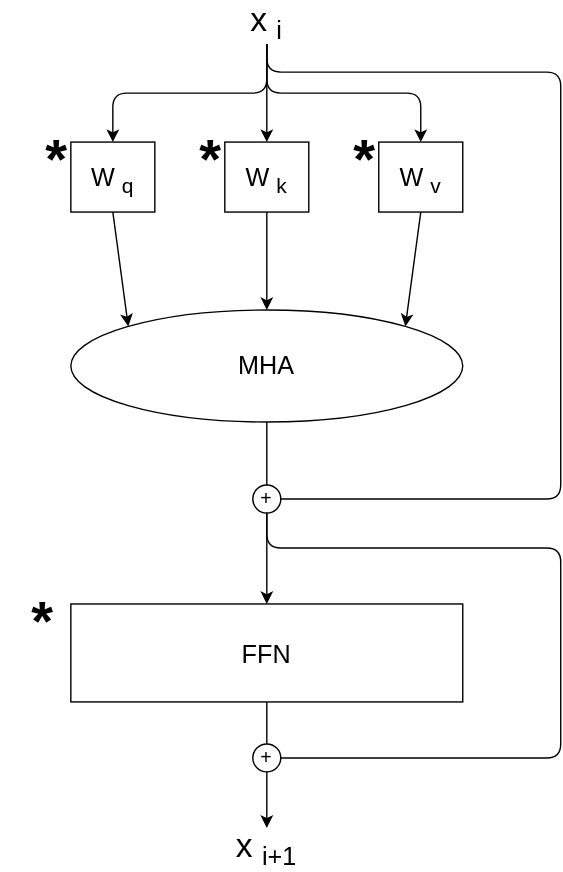
Before: source/images/diagrom-transformer-layer.drawio.svg, a diagram exported from draw.io (k-l-lambda/k-l-lambda.github.io). Source tidied: cells renumbered, new cells last; positions are measured from the earlier drawing's top-left corner, leaving out a move shared by most shapes.
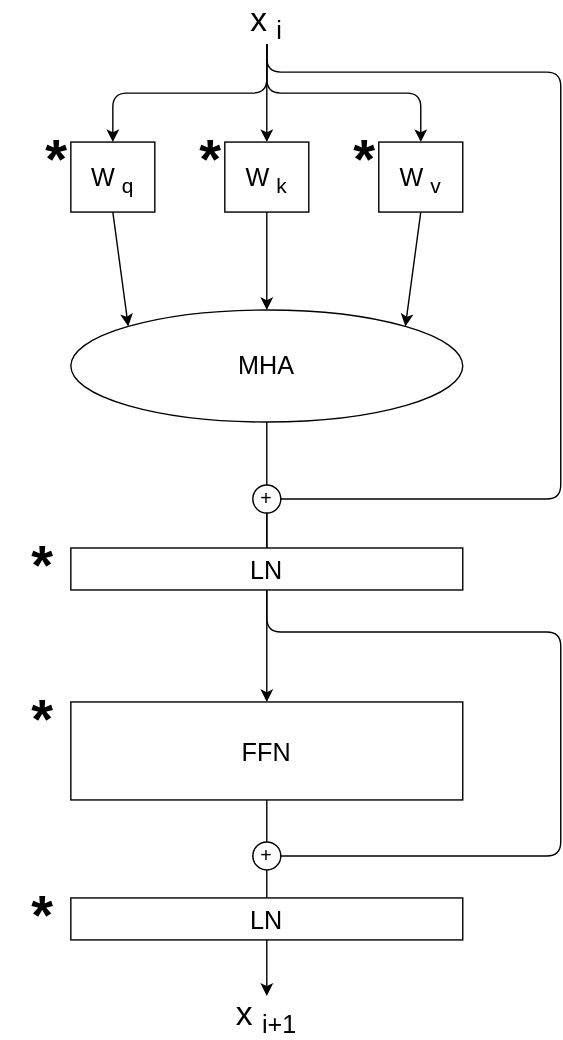
The same diagram one commit later.

Diff of the diagram source:
```diff
@@ -3,7 +3,7 @@
     <mxCell id="0" />
     <mxCell id="1" parent="0" />
     <mxCell id="2" value="x&lt;sub&gt;&lt;font style=&quot;font-size: 18px;&quot;&gt;i+1&lt;/font&gt;&lt;/sub&gt;" style="text;strokeColor=none;align=center;fillColor=none;html=1;verticalAlign=middle;whiteSpace=wrap;rounded=0;fontSize=24;" parent="1" vertex="1">
-      <mxGeometry x="160" y="590" width="60" height="30" as="geometry" />
+      <mxGeometry x="160" y="710" width="60" height="30" as="geometry" />
     </mxCell>
     <mxCell id="3" style="edgeStyle=orthogonalEdgeStyle;html=1;exitX=0.5;exitY=1;exitDx=0;exitDy=0;entryX=0.5;entryY=0;entryDx=0;entryDy=0;" parent="1" edge="1" source="7" target="9">
       <mxGeometry relative="1" as="geometry" />
@@ -53,7 +53,7 @@
       <mxGeometry relative="1" as="geometry" />
     </mxCell>
     <mxCell id="16" value="&lt;span style=&quot;font-size: 18px;&quot;&gt;FFN&lt;/span&gt;" style="whiteSpace=wrap;html=1;fontSize=24;" parent="1" vertex="1">
-      <mxGeometry x="50" y="430" width="280" height="70" as="geometry" />
+      <mxGeometry x="50" y="500" width="280" height="70" as="geometry" />
     </mxCell>
     <mxCell id="17" style="edgeStyle=orthogonalEdgeStyle;html=1;exitX=0.5;exitY=1;exitDx=0;exitDy=0;entryX=0.5;entryY=0;entryDx=0;entryDy=0;" parent="1" edge="1" source="19" target="16">
       <mxGeometry relative="1" as="geometry" />
@@ -61,9 +61,9 @@
     <mxCell id="18" style="edgeStyle=orthogonalEdgeStyle;html=1;exitX=0.5;exitY=1;exitDx=0;exitDy=0;entryX=0;entryY=0.5;entryDx=0;entryDy=0;endArrow=none;endFill=0;" parent="1" edge="1" source="19" target="21">
       <mxGeometry relative="1" as="geometry">
         <Array as="points">
-          <mxPoint x="190" y="390" />
-          <mxPoint x="400" y="390" />
-          <mxPoint x="400" y="540" />
+          <mxPoint x="190" y="450" />
+          <mxPoint x="400" y="450" />
+          <mxPoint x="400" y="610" />
         </Array>
       </mxGeometry>
     </mxCell>
@@ -74,7 +74,7 @@
       <mxGeometry relative="1" as="geometry" />
     </mxCell>
     <mxCell id="21" value="+" style="ellipse;whiteSpace=wrap;html=1;fontSize=14;" parent="1" vertex="1">
-      <mxGeometry x="180" y="530" width="20" height="20" as="geometry" />
+      <mxGeometry x="180" y="600" width="20" height="20" as="geometry" />
     </mxCell>
     <mxCell id="22" value="&lt;b&gt;*&lt;/b&gt;" style="text;strokeColor=none;align=center;fillColor=none;html=1;verticalAlign=middle;whiteSpace=wrap;rounded=0;fontSize=40;" parent="1" vertex="1">
       <mxGeometry x="10" y="100" width="60" height="22.5" as="geometry" />
@@ -86,10 +86,22 @@
       <mxGeometry x="230" y="100" width="60" height="22.5" as="geometry" />
     </mxCell>
     <mxCell id="25" value="&lt;b&gt;*&lt;/b&gt;" style="text;strokeColor=none;align=center;fillColor=none;html=1;verticalAlign=middle;whiteSpace=wrap;rounded=0;fontSize=40;" parent="1" vertex="1">
-      <mxGeometry y="430" width="60" height="22.5" as="geometry" />
+      <mxGeometry y="500" width="60" height="22.5" as="geometry" />
     </mxCell>
     <mxCell id="26" value="MHA" style="ellipse;whiteSpace=wrap;html=1;rounded=1;fontSize=18;" parent="1" vertex="1">
       <mxGeometry x="50" y="220" width="280" height="80" as="geometry" />
     </mxCell>
+    <mxCell id="27" value="&lt;span style=&quot;font-size: 18px;&quot;&gt;LN&lt;/span&gt;" style="whiteSpace=wrap;html=1;fontSize=24;" parent="1" vertex="1">
+      <mxGeometry x="50" y="390" width="280" height="30" as="geometry" />
+    </mxCell>
+    <mxCell id="28" value="&lt;span style=&quot;font-size: 18px;&quot;&gt;LN&lt;/span&gt;" style="whiteSpace=wrap;html=1;fontSize=24;" parent="1" vertex="1">
+      <mxGeometry x="50" y="640" width="280" height="30" as="geometry" />
+    </mxCell>
+    <mxCell id="29" value="&lt;b&gt;*&lt;/b&gt;" style="text;strokeColor=none;align=center;fillColor=none;html=1;verticalAlign=middle;whiteSpace=wrap;rounded=0;fontSize=40;" parent="1" vertex="1">
+      <mxGeometry y="390" width="60" height="22.5" as="geometry" />
+    </mxCell>
+    <mxCell id="30" value="&lt;b&gt;*&lt;/b&gt;" style="text;strokeColor=none;align=center;fillColor=none;html=1;verticalAlign=middle;whiteSpace=wrap;rounded=0;fontSize=40;" parent="1" vertex="1">
+      <mxGeometry y="640" width="60" height="22.5" as="geometry" />
+    </mxCell>
   </root>
 </mxGraphModel>
```
